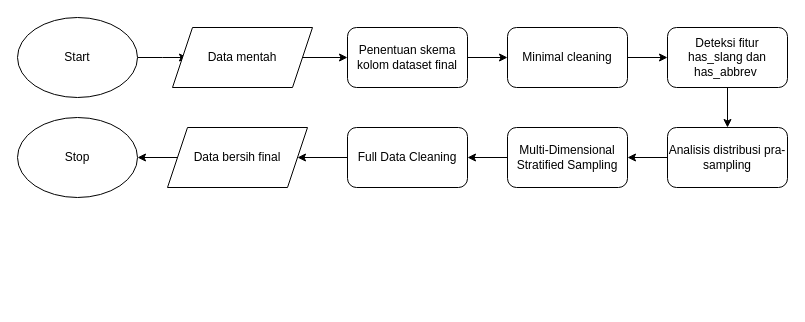
Earlier version of the draw.io diagram page "Pra-pemrosesan" (2 of 3) of thesis.drawio (Jacksonciek/thesis-diagram). Source tidied: cells renumbered, new cells numbered last; positions are measured from the earlier drawing's top-left corner, leaving out a move shared by most shapes. Both pictures are drawn from the tidied source at 100%, with x=0, y=0 at pixel (17, 17).
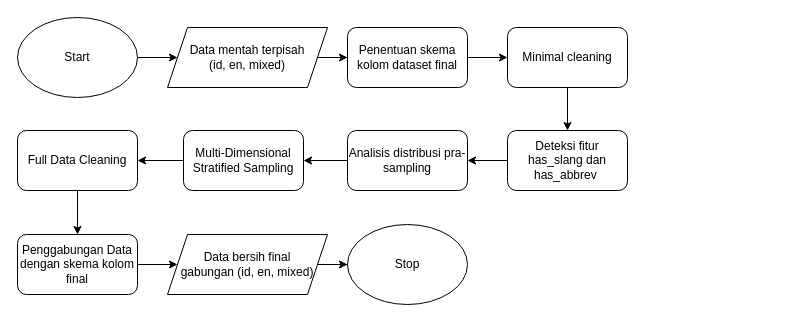
The same page after the edit.

Unchanged cells that the change refers to:
```xml
<mxCell id="3" value="Start" style="ellipse;whiteSpace=wrap;html=1;" parent="1" vertex="1">
  <mxGeometry width="120" height="80" as="geometry" />
</mxCell>
<mxCell id="5" value="Minimal cleaning" style="rounded=1;whiteSpace=wrap;html=1;" parent="1" vertex="1">
  <mxGeometry x="490" y="10" width="120" height="60" as="geometry" />
</mxCell>
```

Change to the diagram source:
```diff
@@
-    <mxCell id="2" style="edgeStyle=orthogonalEdgeStyle;rounded=0;jettySize=auto;html=1;entryX=0;entryY=0.5;entryDx=0;entryDy=0;" parent="1" edge="1" source="3">
-      <mxGeometry relative="1" as="geometry">
-        <mxPoint x="170" y="40" as="targetPoint" />
-      </mxGeometry>
-    </mxCell>
+    <mxCell id="21" style="edgeStyle=orthogonalEdgeStyle;rounded=0;jettySize=auto;html=1;entryX=0;entryY=0.5;entryDx=0;entryDy=0;" parent="1" edge="1" source="3" target="16">
+      <mxGeometry relative="1" as="geometry" />
+    </mxCell>
@@
-    <mxCell id="4" style="edgeStyle=orthogonalEdgeStyle;rounded=0;jettySize=auto;html=1;entryX=0;entryY=0.5;entryDx=0;entryDy=0;" parent="1" edge="1" source="5" target="7">
+    <mxCell id="4" style="edgeStyle=orthogonalEdgeStyle;rounded=0;jettySize=auto;html=1;entryX=0.5;entryY=0;entryDx=0;entryDy=0;" parent="1" edge="1" source="5" target="7">
       <mxGeometry relative="1" as="geometry" />
     </mxCell>
@@
-    <mxCell id="6" style="edgeStyle=orthogonalEdgeStyle;rounded=0;jettySize=auto;html=1;entryX=0.5;entryY=0;entryDx=0;entryDy=0;" parent="1" edge="1" source="7" target="9">
+    <mxCell id="6" style="edgeStyle=orthogonalEdgeStyle;rounded=0;jettySize=auto;html=1;entryX=1;entryY=0.5;entryDx=0;entryDy=0;" parent="1" edge="1" source="7" target="9">
       <mxGeometry relative="1" as="geometry" />
     </mxCell>
     <mxCell id="7" value="Deteksi fitur has_slang dan has_abbrev&amp;nbsp;" style="rounded=1;whiteSpace=wrap;html=1;" parent="1" vertex="1">
-      <mxGeometry x="650" y="10" width="120" height="60" as="geometry" />
+      <mxGeometry x="490" y="113" width="120" height="60" as="geometry" />
     </mxCell>
@@
     <mxCell id="9" value="Analisis distribusi pra-sampling" style="rounded=1;whiteSpace=wrap;html=1;" parent="1" vertex="1">
-      <mxGeometry x="650" y="110" width="120" height="60" as="geometry" />
+      <mxGeometry x="330" y="113" width="120" height="60" as="geometry" />
     </mxCell>
@@
     <mxCell id="11" value="Multi-Dimensional Stratified Sampling" style="rounded=1;whiteSpace=wrap;html=1;" parent="1" vertex="1">
-      <mxGeometry x="490" y="110" width="120" height="60" as="geometry" />
+      <mxGeometry x="166" y="113" width="120" height="60" as="geometry" />
     </mxCell>
-    <mxCell id="12" style="edgeStyle=orthogonalEdgeStyle;rounded=0;jettySize=auto;html=1;entryX=1;entryY=0.5;entryDx=0;entryDy=0;" parent="1" edge="1" source="13" target="20">
-      <mxGeometry relative="1" as="geometry" />
-    </mxCell>
+    <mxCell id="22" style="edgeStyle=orthogonalEdgeStyle;rounded=0;jettySize=auto;html=1;entryX=0.5;entryY=0;entryDx=0;entryDy=0;" parent="1" edge="1" source="13" target="24">
+      <mxGeometry relative="1" as="geometry" />
+    </mxCell>
     <mxCell id="13" value="Full Data Cleaning" style="rounded=1;whiteSpace=wrap;html=1;" parent="1" vertex="1">
-      <mxGeometry x="330" y="110" width="120" height="60" as="geometry" />
+      <mxGeometry y="113" width="120" height="60" as="geometry" />
     </mxCell>
     <mxCell id="14" value="Stop" style="ellipse;whiteSpace=wrap;html=1;" parent="1" vertex="1">
-      <mxGeometry y="100" width="120" height="80" as="geometry" />
+      <mxGeometry x="330" y="207" width="120" height="80" as="geometry" />
     </mxCell>
@@
-    <mxCell id="16" value="Data mentah" style="shape=parallelogram;perimeter=parallelogramPerimeter;whiteSpace=wrap;html=1;fixedSize=1;" parent="1" vertex="1">
-      <mxGeometry x="155" y="10" width="140" height="60" as="geometry" />
+    <mxCell id="16" value="Data mentah terpisah&lt;div&gt;(id, en, mixed)&lt;/div&gt;" style="shape=parallelogram;perimeter=parallelogramPerimeter;whiteSpace=wrap;html=1;fixedSize=1;" parent="1" vertex="1">
+      <mxGeometry x="150" y="10" width="160" height="60" as="geometry" />
     </mxCell>
@@
-    <mxCell id="19" style="edgeStyle=orthogonalEdgeStyle;rounded=0;jettySize=auto;html=1;entryX=1;entryY=0.5;entryDx=0;entryDy=0;" parent="1" edge="1" source="20" target="14">
+    <mxCell id="19" style="edgeStyle=orthogonalEdgeStyle;rounded=0;jettySize=auto;html=1;entryX=0;entryY=0.5;entryDx=0;entryDy=0;" parent="1" edge="1" source="20" target="14">
       <mxGeometry relative="1" as="geometry" />
     </mxCell>
-    <mxCell id="20" value="Data bersih final" style="shape=parallelogram;perimeter=parallelogramPerimeter;whiteSpace=wrap;html=1;fixedSize=1;" parent="1" vertex="1">
-      <mxGeometry x="150" y="110" width="140" height="60" as="geometry" />
+    <mxCell id="20" value="Data bersih final&lt;div&gt;gabungan (id, en, mixed)&lt;/div&gt;" style="shape=parallelogram;perimeter=parallelogramPerimeter;whiteSpace=wrap;html=1;fixedSize=1;" parent="1" vertex="1">
+      <mxGeometry x="150" y="217" width="160" height="60" as="geometry" />
     </mxCell>
+    <mxCell id="23" style="edgeStyle=orthogonalEdgeStyle;rounded=0;jettySize=auto;html=1;entryX=0;entryY=0.5;entryDx=0;entryDy=0;" parent="1" edge="1" source="24" target="20">
+      <mxGeometry relative="1" as="geometry" />
+    </mxCell>
+    <mxCell id="24" value="Penggabungan Data dengan skema kolom&lt;div&gt;final&lt;/div&gt;" style="rounded=1;whiteSpace=wrap;html=1;" parent="1" vertex="1">
+      <mxGeometry y="217" width="120" height="60" as="geometry" />
+    </mxCell>
```
